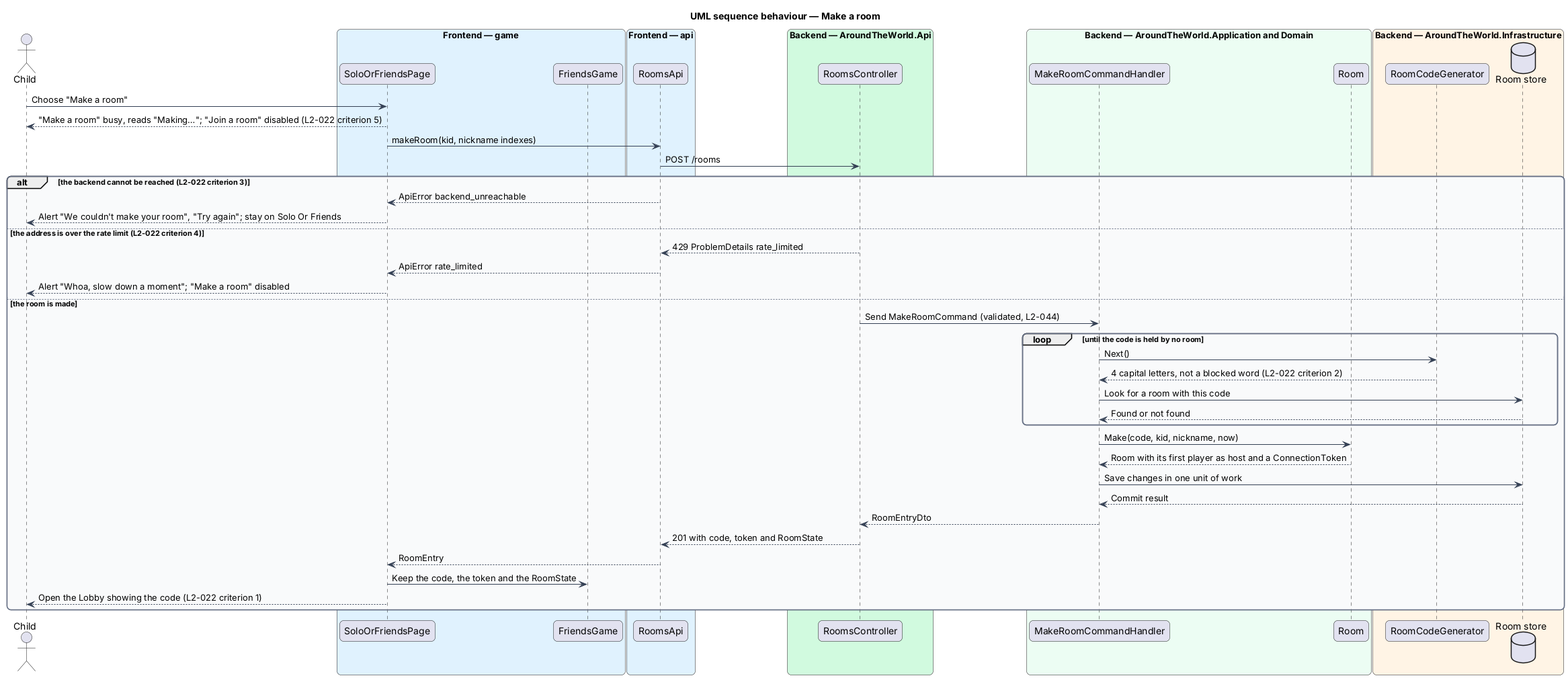
Before: docs/detailed-designs/rooms/make-room/diagrams/sequence-make-room.png, a diagram exported from PlantUML (QuinntyneBrown/around-the-world). Its source is kept beside it as docs/detailed-designs/rooms/make-room/diagrams/sequence-make-room.puml. Source of this version:
```plantuml
@startuml
title UML sequence behaviour — Make a room
skinparam backgroundColor #FFFFFF
skinparam shadowing false
skinparam roundcorner 12
skinparam defaultFontName Arial
skinparam ArrowColor #344054
skinparam rectangle {
  BorderColor #344054
  FontColor #101828
}
skinparam package {
  BorderColor #667085
  FontColor #101828
  BackgroundColor #F9FAFB
}
actor "Child" as actor
box "Frontend — game" #E0F2FE
  participant "SoloOrFriendsPage" as page
  participant "FriendsGame" as session
end box
box "Frontend — api" #E0F2FE
  participant "RoomsApi" as client
end box
box "Backend — AroundTheWorld.Api" #D1FADF
  participant "RoomsController" as controller
end box
box "Backend — AroundTheWorld.Application and Domain" #ECFDF3
  participant "MakeRoomCommandHandler" as handler
  participant "Room" as room
end box
box "Backend — AroundTheWorld.Infrastructure" #FFF4E5
  participant "RoomCodeGenerator" as codes
  database "Room store" as db
end box
actor -> page : Choose "Make a room"
page --> actor : "Make a room" busy, reads "Making…"; "Join a room" disabled (L2-022 criterion 5)
page -> client : makeRoom(kid, nickname indexes)
client -> controller : POST /rooms
alt the backend cannot be reached (L2-022 criterion 3)
  client --> page : ApiError backend_unreachable
  page --> actor : Alert "We couldn't make your room", "Try again"; stay on Solo Or Friends
else the address is over the rate limit (L2-022 criterion 4)
  controller --> client : 429 ProblemDetails rate_limited
  client --> page : ApiError rate_limited
  page --> actor : Alert "Whoa, slow down a moment"; "Make a room" disabled
else the room is made
  controller -> handler : Send MakeRoomCommand (validated, L2-044)
  loop until the code is held by no room
    handler -> codes : Next()
    codes --> handler : 4 capital letters, not a blocked word (L2-022 criterion 2)
    handler -> db : Look for a room with this code
    db --> handler : Found or not found
  end
  handler -> room : Make(code, kid, nickname, now)
  room --> handler : Room with its first player as host and a ConnectionToken
  handler -> db : Save changes in one unit of work
  db --> handler : Commit result
  handler --> controller : RoomEntryDto
  controller --> client : 201 with code, token and RoomState
  client --> page : RoomEntry
  page -> session : Keep the code, the token and the RoomState
  page --> actor : Open the Lobby showing the code (L2-022 criterion 1)
end
@enduml
```
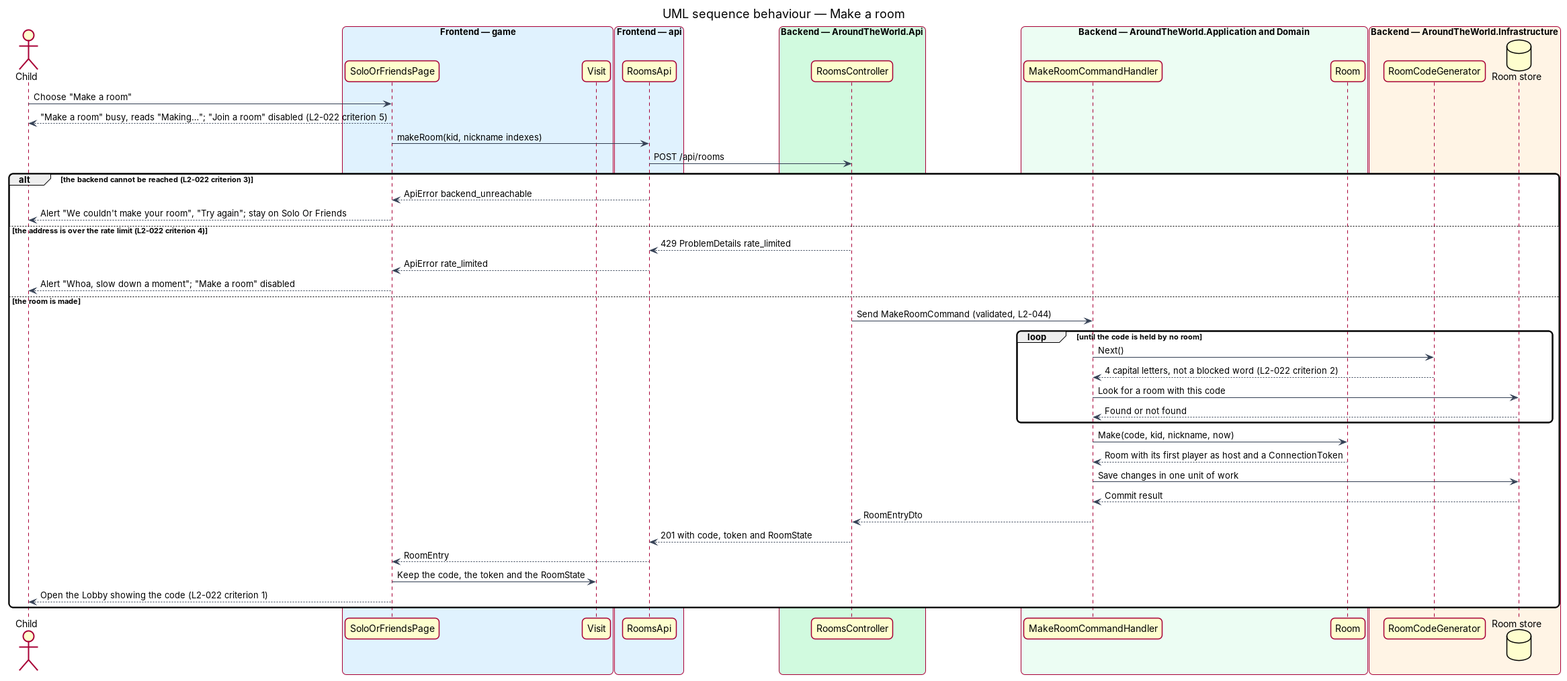
The same file after the commit.

What changed in the source:
```diff
@@ -17,7 +17,7 @@
 actor "Child" as actor
 box "Frontend — game" #E0F2FE
   participant "SoloOrFriendsPage" as page
-  participant "FriendsGame" as session
+  participant "Visit" as session
 end box
 box "Frontend — api" #E0F2FE
   participant "RoomsApi" as client
@@ -36,7 +36,7 @@
 actor -> page : Choose "Make a room"
 page --> actor : "Make a room" busy, reads "Making…"; "Join a room" disabled (L2-022 criterion 5)
 page -> client : makeRoom(kid, nickname indexes)
-client -> controller : POST /rooms
+client -> controller : POST /api/rooms
 alt the backend cannot be reached (L2-022 criterion 3)
   client --> page : ApiError backend_unreachable
   page --> actor : Alert "We couldn't make your room", "Try again"; stay on Solo Or Friends
```
